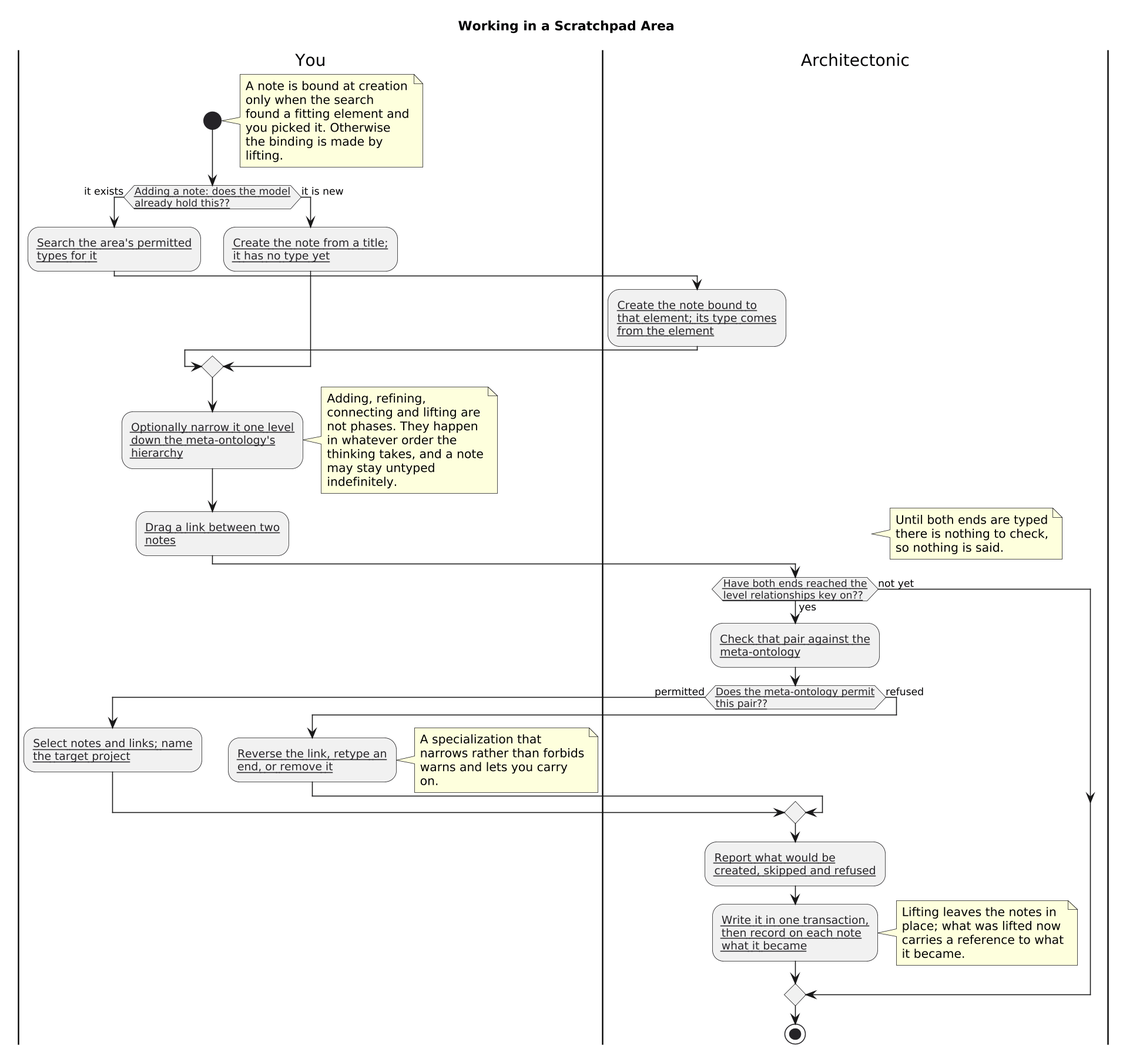
Earlier version of the PlantUML export engagements/ENG-ARCH-REPO/architecture-repository/diagram-catalog/rendered/platform-core/ACT@1786234873.w_H9LsR.working-in-a-scratchpad-area.png (mbauer83/architectonic).
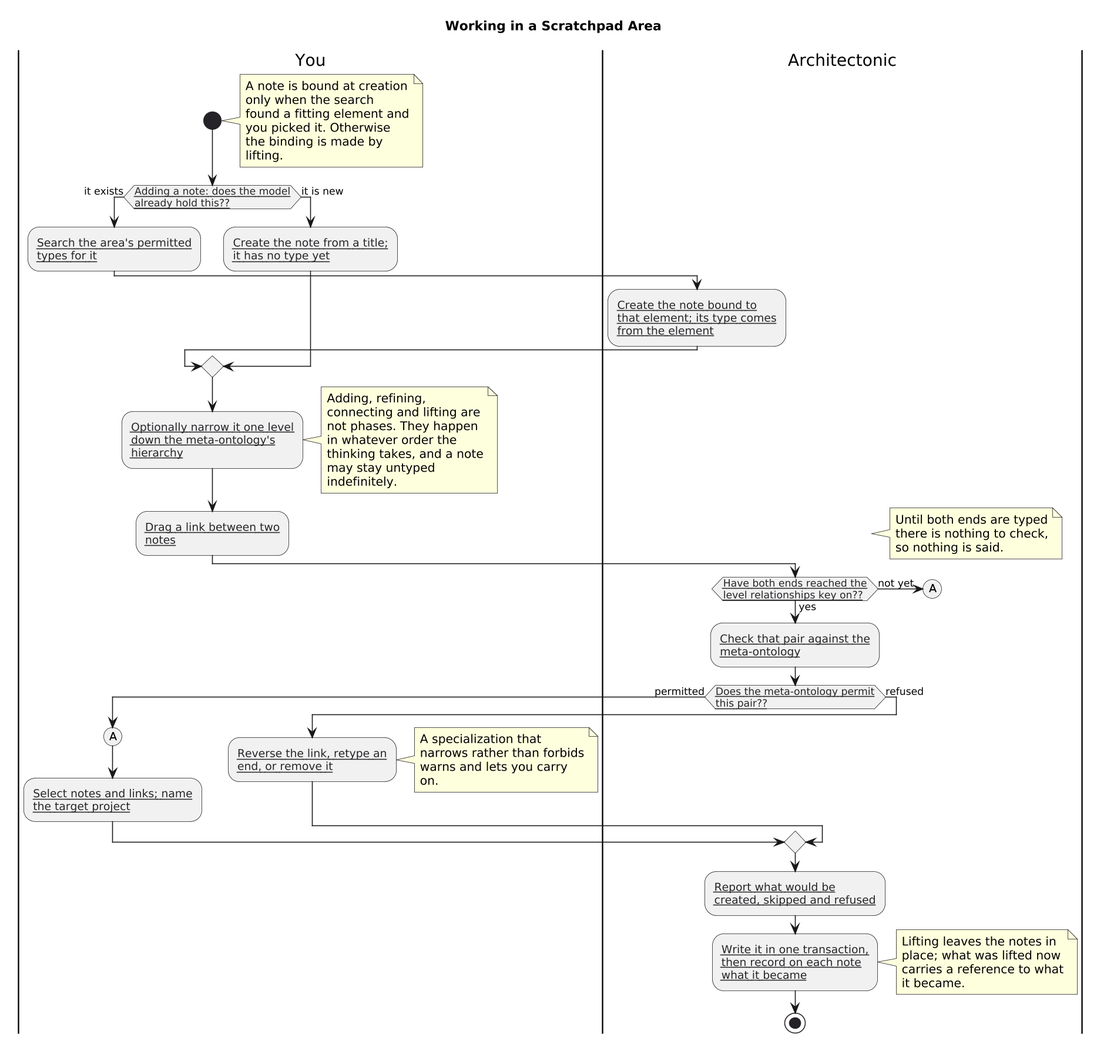
The same diagram one commit later.

Commit message:
Model: re-draw the scratchpad activity diagram its generator was truncating

Diff of the diagram source:
```diff
@@ -27,6 +27,7 @@
 :[[arch://a_verify Check that pair against the meta-ontology]];
 if ([[arch://d_ok Does the meta-ontology permit this pair??]]) then (permitted)
 |You|
+(A)
 :[[arch://a_select Select notes and links; name the target project]];
 else (refused)
 :[[arch://a_remedy Reverse the link, retype an end, or remove it]];
@@ -37,6 +38,8 @@
 :[[arch://a_write Write it in one transaction, then record on each note what it became]];
 note right: Lifting leaves the notes in place; what was lifted now carries a reference to what it became.
 else (not yet)
+(A)
+detach
 endif
 
 stop
```
